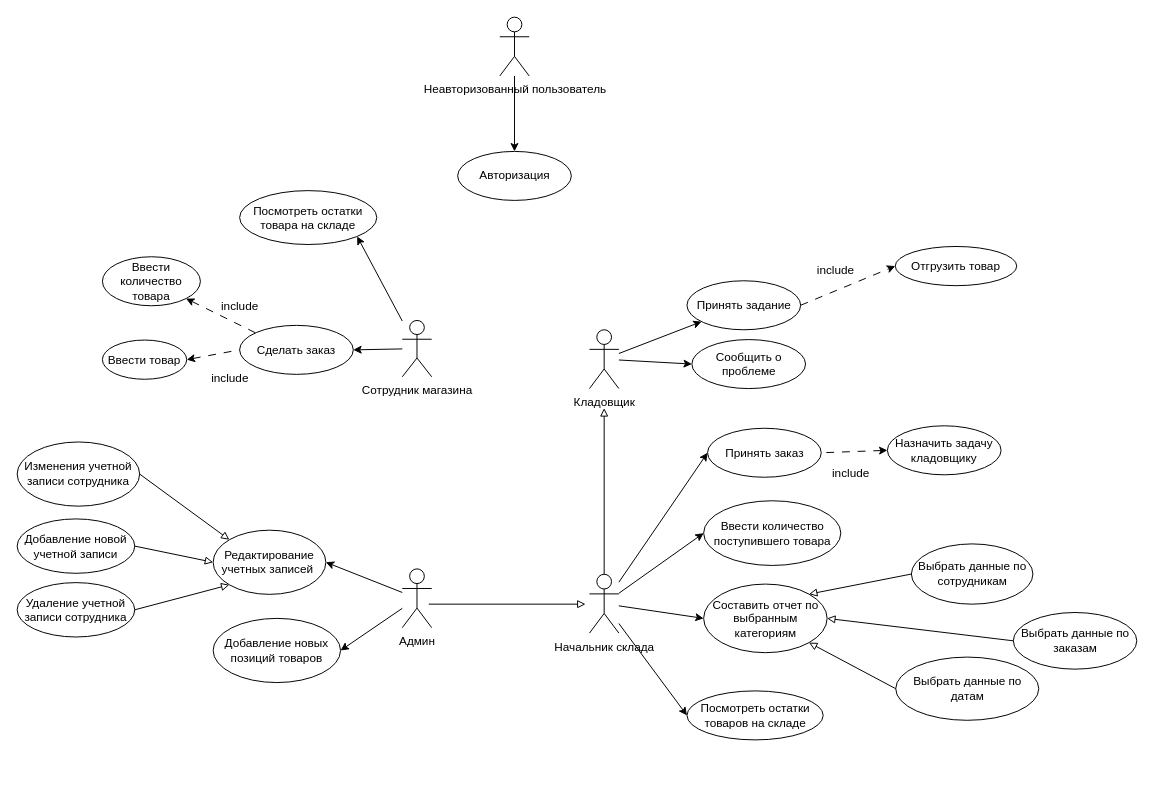
Before: Диаграммы/Диаграмма прецедентов/Usecase.drawio in Sumeruk/TP-4-5, a draw.io diagram. Source tidied: cells renumbered, new cells numbered last; positions are measured from the earlier drawing's top-left corner, leaving out a move shared by most shapes. Both pictures are drawn from the tidied source at 98%, with x=0, y=0 at pixel (17, 17).
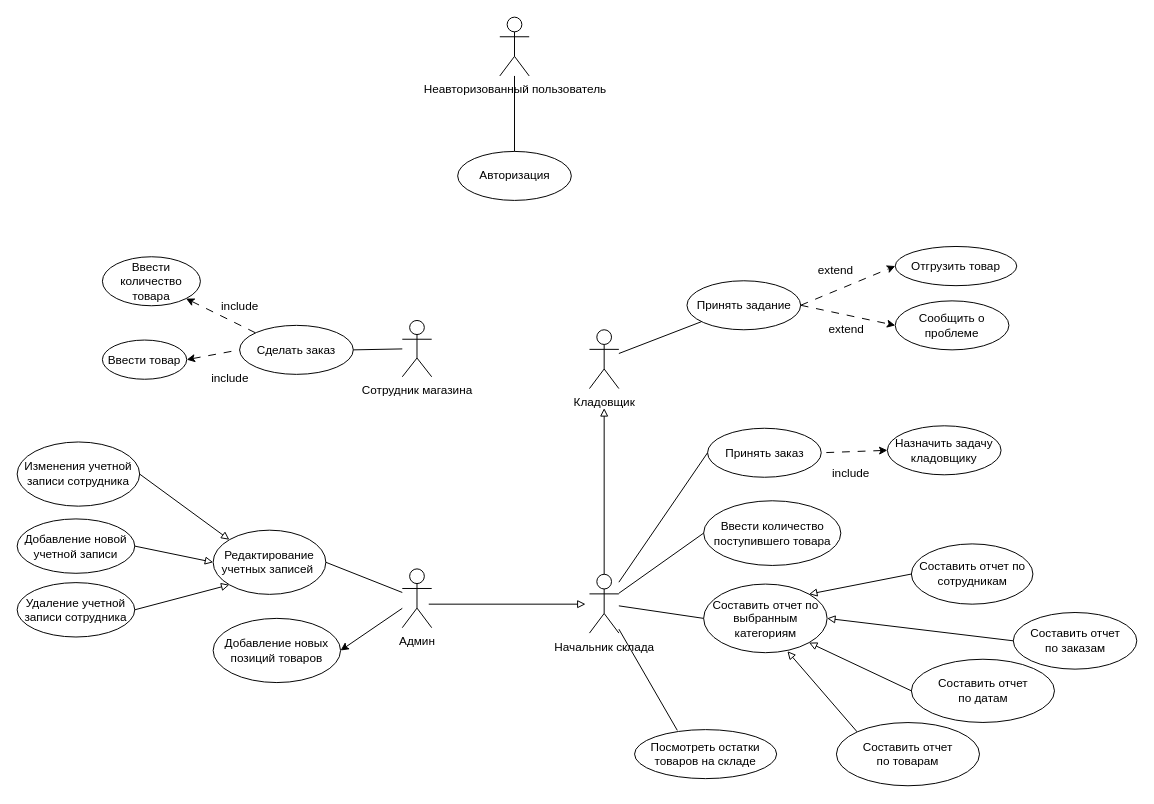
After the change.

Commit message (it also covers changes not shown here):
update use case

update use case for сотрудник магазина, начальник склада, кладовщик

The change refers to these unchanged cells:
```xml
<mxCell id="2" value="Кладовщик" style="shape=umlActor;verticalLabelPosition=bottom;verticalAlign=top;html=1;outlineConnect=0;" parent="1" vertex="1">
  <mxGeometry x="584" y="319" width="30" height="60" as="geometry" />
</mxCell>
<mxCell id="3" value="Авторизация" style="ellipse;whiteSpace=wrap;html=1;" parent="1" vertex="1">
  <mxGeometry x="449.5" y="137" width="116" height="50" as="geometry" />
</mxCell>
<mxCell id="4" value="Ввести количество поступившего товара" style="ellipse;whiteSpace=wrap;html=1;" parent="1" vertex="1">
  <mxGeometry x="700.5" y="493.5" width="140" height="66" as="geometry" />
</mxCell>
<mxCell id="5" value="Принять задание" style="ellipse;whiteSpace=wrap;html=1;" parent="1" vertex="1">
  <mxGeometry x="683.5" y="269" width="116" height="50" as="geometry" />
</mxCell>
<mxCell id="7" value="Начальник склада" style="shape=umlActor;verticalLabelPosition=bottom;verticalAlign=top;html=1;outlineConnect=0;" parent="1" vertex="1">
  <mxGeometry x="584" y="568.5" width="30" height="60" as="geometry" />
</mxCell>
<mxCell id="9" value="Принять заказ" style="ellipse;whiteSpace=wrap;html=1;" parent="1" vertex="1">
  <mxGeometry x="704.5" y="419.5" width="116" height="50" as="geometry" />
</mxCell>
<mxCell id="10" value="Составить отчет по выбранным категориям" style="ellipse;whiteSpace=wrap;html=1;" parent="1" vertex="1">
  <mxGeometry x="700.5" y="578.5" width="126" height="70" as="geometry" />
</mxCell>
<mxCell id="15" value="Админ" style="shape=umlActor;verticalLabelPosition=bottom;verticalAlign=top;html=1;outlineConnect=0;" parent="1" vertex="1">
  <mxGeometry x="393" y="563" width="30" height="60" as="geometry" />
</mxCell>
<mxCell id="20" value="Редактирование учетных записей&amp;nbsp;" style="ellipse;whiteSpace=wrap;html=1;" parent="1" vertex="1">
  <mxGeometry x="200" y="523.5" width="115" height="65.5" as="geometry" />
</mxCell>
<mxCell id="22" value="Сотрудник магазина" style="shape=umlActor;verticalLabelPosition=bottom;verticalAlign=top;html=1;outlineConnect=0;" parent="1" vertex="1">
  <mxGeometry x="393" y="309.5" width="30" height="57.5" as="geometry" />
</mxCell>
<mxCell id="25" value="Сделать заказ" style="ellipse;whiteSpace=wrap;html=1;" parent="1" vertex="1">
  <mxGeometry x="227" y="314.5" width="116" height="50" as="geometry" />
</mxCell>
<mxCell id="33" value="Ввести количество товара" style="ellipse;whiteSpace=wrap;html=1;" parent="1" vertex="1">
  <mxGeometry x="87" y="244.5" width="100" height="50" as="geometry" />
</mxCell>
<mxCell id="43" value="Неавторизованный пользователь" style="shape=umlActor;verticalLabelPosition=bottom;verticalAlign=top;html=1;outlineConnect=0;" parent="1" vertex="1">
  <mxGeometry x="492.5" width="30" height="60" as="geometry" />
</mxCell>
```

Change to the diagram source:
```diff
@@
-    <mxCell id="6" style="endArrow=classic;html=1;rounded=0;endFill=1;" parent="1" edge="1" source="2" target="5">
+    <mxCell id="6" style="endArrow=none;html=1;rounded=0;endFill=0;" parent="1" edge="1" source="2" target="5">
       <mxGeometry relative="1" as="geometry" />
     </mxCell>
@@
-    <mxCell id="8" style="endArrow=block;html=1;rounded=0;endFill=0;exitX=0.5;exitY=0;exitDx=0;exitDy=0;exitPerimeter=0;" parent="1" edge="1" source="7">
-      <mxGeometry relative="1" as="geometry">
-        <mxPoint x="599" y="399" as="targetPoint" />
-      </mxGeometry>
-    </mxCell>
+    <mxCell id="56" style="endArrow=block;html=1;rounded=0;endFill=0;exitX=0.5;exitY=0;exitDx=0;exitDy=0;exitPerimeter=0;" parent="1" edge="1" source="7">
+      <mxGeometry relative="1" as="geometry">
+        <mxPoint x="599" y="399" as="targetPoint" />
+      </mxGeometry>
+    </mxCell>
@@
-    <mxCell id="11" style="endArrow=classic;html=1;rounded=0;entryX=0;entryY=0.5;entryDx=0;entryDy=0;endFill=1;" parent="1" edge="1" source="7" target="10">
+    <mxCell id="11" style="endArrow=none;html=1;rounded=0;entryX=0;entryY=0.5;entryDx=0;entryDy=0;endFill=0;" parent="1" edge="1" source="7" target="10">
       <mxGeometry relative="1" as="geometry" />
     </mxCell>
-    <mxCell id="12" style="endArrow=classic;html=1;rounded=0;entryX=0;entryY=0.5;entryDx=0;entryDy=0;endFill=1;" parent="1" edge="1" source="7" target="9">
+    <mxCell id="12" style="endArrow=none;html=1;rounded=0;entryX=0;entryY=0.5;entryDx=0;entryDy=0;endFill=0;" parent="1" edge="1" source="7" target="9">
       <mxGeometry relative="1" as="geometry" />
     </mxCell>
@@
-    <mxCell id="14" style="edgeStyle=orthogonalEdgeStyle;rounded=0;orthogonalLoop=1;jettySize=auto;html=1;endArrow=block;endFill=0;" parent="1" edge="1">
-      <mxGeometry relative="1" as="geometry">
-        <mxPoint x="420" y="599" as="sourcePoint" />
-        <mxPoint x="580" y="599" as="targetPoint" />
-      </mxGeometry>
-    </mxCell>
+    <mxCell id="57" style="edgeStyle=orthogonalEdgeStyle;rounded=0;orthogonalLoop=1;jettySize=auto;html=1;endArrow=block;endFill=0;" parent="1" edge="1">
+      <mxGeometry relative="1" as="geometry">
+        <mxPoint x="420" y="599" as="sourcePoint" />
+        <mxPoint x="580" y="599" as="targetPoint" />
+      </mxGeometry>
+    </mxCell>
@@
-    <mxCell id="16" value="Выбрать данные по сотрудникам" style="ellipse;whiteSpace=wrap;html=1;" parent="1" vertex="1">
-      <mxGeometry x="912.5" y="537.5" width="124" height="61.5" as="geometry" />
-    </mxCell>
-    <mxCell id="17" style="endArrow=none;html=1;strokeWidth=1;rounded=0;entryX=0;entryY=0.5;entryDx=0;entryDy=0;exitX=1;exitY=0;exitDx=0;exitDy=0;startArrow=block;startFill=0;endFill=0;" parent="1" edge="1" source="10" target="16">
-      <mxGeometry relative="1" as="geometry" />
-    </mxCell>
+    <mxCell id="58" value="Составить отчет по сотрудникам" style="ellipse;whiteSpace=wrap;html=1;" parent="1" vertex="1">
+      <mxGeometry x="912.5" y="537.5" width="124" height="61.5" as="geometry" />
+    </mxCell>
+    <mxCell id="59" style="endArrow=none;html=1;strokeWidth=1;rounded=0;entryX=0;entryY=0.5;entryDx=0;entryDy=0;exitX=1;exitY=0;exitDx=0;exitDy=0;startArrow=block;startFill=0;endFill=0;" parent="1" edge="1" source="10" target="58">
+      <mxGeometry relative="1" as="geometry" />
+    </mxCell>
@@
-    <mxCell id="21" style="endArrow=none;html=1;rounded=0;exitX=1;exitY=0.5;exitDx=0;exitDy=0;endFill=0;startArrow=classic;startFill=1;" parent="1" edge="1" source="20" target="15">
+    <mxCell id="21" style="endArrow=none;html=1;rounded=0;exitX=1;exitY=0.5;exitDx=0;exitDy=0;endFill=0;startArrow=none;startFill=0;" parent="1" edge="1" source="20" target="15">
       <mxGeometry relative="1" as="geometry" />
     </mxCell>
@@
-    <mxCell id="23" value="Посмотреть остатки товара на складе" style="ellipse;whiteSpace=wrap;html=1;" parent="1" vertex="1">
-      <mxGeometry x="227" y="177" width="140" height="55" as="geometry" />
-    </mxCell>
-    <mxCell id="24" style="endArrow=none;html=1;rounded=0;exitX=1;exitY=1;exitDx=0;exitDy=0;endFill=0;startArrow=classic;startFill=1;" parent="1" edge="1" source="23" target="22">
-      <mxGeometry relative="1" as="geometry" />
-    </mxCell>
@@
-    <mxCell id="26" style="endArrow=classic;html=1;rounded=0;entryX=1;entryY=0.5;entryDx=0;entryDy=0;endFill=1;" parent="1" edge="1" source="22" target="25">
+    <mxCell id="26" style="endArrow=none;html=1;rounded=0;entryX=1;entryY=0.5;entryDx=0;entryDy=0;endFill=0;" parent="1" edge="1" source="22" target="25">
       <mxGeometry relative="1" as="geometry" />
     </mxCell>
     <mxCell id="27" value="Сообщить о проблеме" style="ellipse;whiteSpace=wrap;html=1;" parent="1" vertex="1">
-      <mxGeometry x="688.5" y="329" width="116" height="50" as="geometry" />
+      <mxGeometry x="896" y="289.5" width="116" height="50" as="geometry" />
     </mxCell>
-    <mxCell id="28" style="endArrow=classic;html=1;rounded=0;entryX=0;entryY=0.5;entryDx=0;entryDy=0;endFill=1;" parent="1" edge="1" source="2" target="27">
-      <mxGeometry relative="1" as="geometry" />
-    </mxCell>
@@
-    <mxCell id="32" value="include" style="text;html=1;align=center;verticalAlign=middle;strokeColor=none;fillColor=none;" parent="1" vertex="1">
-      <mxGeometry x="197" y="279.5" width="60" height="30" as="geometry" />
-    </mxCell>
+    <mxCell id="60" value="include" style="text;html=1;align=center;verticalAlign=middle;strokeColor=none;fillColor=none;" parent="1" vertex="1">
+      <mxGeometry x="197" y="279.5" width="60" height="30" as="geometry" />
+    </mxCell>
@@
-    <mxCell id="34" value="include" style="text;html=1;align=center;verticalAlign=middle;strokeColor=none;fillColor=none;" parent="1" vertex="1">
-      <mxGeometry x="187" y="354" width="60" height="30" as="geometry" />
-    </mxCell>
+    <mxCell id="61" value="include" style="text;html=1;align=center;verticalAlign=middle;strokeColor=none;fillColor=none;" parent="1" vertex="1">
+      <mxGeometry x="187" y="354" width="60" height="30" as="geometry" />
+    </mxCell>
-    <mxCell id="35" style="endArrow=classic;html=1;rounded=0;entryX=0;entryY=0.5;entryDx=0;entryDy=0;endFill=1;" parent="1" edge="1" source="7" target="4">
+    <mxCell id="35" style="endArrow=none;html=1;rounded=0;entryX=0;entryY=0.5;entryDx=0;entryDy=0;endFill=0;" parent="1" edge="1" source="7" target="4">
       <mxGeometry relative="1" as="geometry" />
     </mxCell>
-    <mxCell id="36" value="&amp;nbsp;" style="text;html=1;align=center;verticalAlign=middle;strokeColor=none;fillColor=none;" parent="1" vertex="1">
-      <mxGeometry x="914" y="274" width="30" height="30" as="geometry" />
-    </mxCell>
+    <mxCell id="62" value="&amp;nbsp;" style="text;html=1;align=center;verticalAlign=middle;strokeColor=none;fillColor=none;" parent="1" vertex="1">
+      <mxGeometry x="914" y="274" width="30" height="30" as="geometry" />
+    </mxCell>
@@
-    <mxCell id="42" style="edgeStyle=orthogonalEdgeStyle;rounded=0;jettySize=auto;html=1;" parent="1" edge="1" source="43" target="3">
+    <mxCell id="42" style="edgeStyle=orthogonalEdgeStyle;rounded=0;jettySize=auto;html=1;endArrow=none;endFill=0;" parent="1" edge="1" source="43" target="3">
       <mxGeometry relative="1" as="geometry" />
     </mxCell>
@@
-    <mxCell id="45" style="endArrow=classic;html=1;rounded=0;entryX=1;entryY=1;entryDx=0;entryDy=0;startArrow=none;startFill=0;endFill=1;dashed=1;dashPattern=8 8;" parent="1" edge="1" target="33">
-      <mxGeometry relative="1" as="geometry">
-        <mxPoint x="243" y="322" as="sourcePoint" />
-      </mxGeometry>
-    </mxCell>
+    <mxCell id="63" style="endArrow=classic;html=1;rounded=0;entryX=1;entryY=1;entryDx=0;entryDy=0;startArrow=none;startFill=0;endFill=1;dashed=1;dashPattern=8 8;" parent="1" edge="1" target="33">
+      <mxGeometry relative="1" as="geometry">
+        <mxPoint x="243" y="322" as="sourcePoint" />
+      </mxGeometry>
+    </mxCell>
@@
-    <mxCell id="49" value="include" style="text;html=1;align=center;verticalAlign=middle;strokeColor=none;fillColor=none;" parent="1" vertex="1">
-      <mxGeometry x="804.5" y="244" width="60" height="30" as="geometry" />
-    </mxCell>
-    <mxCell id="50" value="Выбрать данные по заказам" style="ellipse;whiteSpace=wrap;html=1;" parent="1" vertex="1">
-      <mxGeometry x="1016.5" y="607.5" width="126" height="57.8" as="geometry" />
-    </mxCell>
-    <mxCell id="51" style="endArrow=none;html=1;strokeWidth=1;rounded=0;entryX=0;entryY=0.5;entryDx=0;entryDy=0;exitX=1;exitY=0.5;exitDx=0;exitDy=0;startArrow=block;startFill=0;endFill=0;" parent="1" edge="1" source="10" target="50">
-      <mxGeometry relative="1" as="geometry" />
-    </mxCell>
-    <mxCell id="52" value="Выбрать данные по датам" style="ellipse;whiteSpace=wrap;html=1;" parent="1" vertex="1">
-      <mxGeometry x="896.5" y="653" width="146" height="64.5" as="geometry" />
-    </mxCell>
-    <mxCell id="53" style="endArrow=none;html=1;strokeWidth=1;rounded=0;entryX=0;entryY=0.5;entryDx=0;entryDy=0;exitX=1;exitY=1;exitDx=0;exitDy=0;startArrow=block;startFill=0;endFill=0;" parent="1" edge="1" source="10" target="52">
-      <mxGeometry relative="1" as="geometry" />
-    </mxCell>
+    <mxCell id="64" value="extend" style="text;html=1;align=center;verticalAlign=middle;strokeColor=none;fillColor=none;" parent="1" vertex="1">
+      <mxGeometry x="804.5" y="244" width="60" height="30" as="geometry" />
+    </mxCell>
+    <mxCell id="65" value="Составить отчет по&amp;nbsp;заказам" style="ellipse;whiteSpace=wrap;html=1;" parent="1" vertex="1">
+      <mxGeometry x="1016.5" y="607.5" width="126" height="57.8" as="geometry" />
+    </mxCell>
+    <mxCell id="66" style="endArrow=none;html=1;strokeWidth=1;rounded=0;entryX=0;entryY=0.5;entryDx=0;entryDy=0;exitX=1;exitY=0.5;exitDx=0;exitDy=0;startArrow=block;startFill=0;endFill=0;" parent="1" edge="1" source="10" target="65">
+      <mxGeometry relative="1" as="geometry" />
+    </mxCell>
+    <mxCell id="67" value="Составить отчет по&amp;nbsp;датам" style="ellipse;whiteSpace=wrap;html=1;" parent="1" vertex="1">
+      <mxGeometry x="912.5" y="655.2" width="146" height="64.5" as="geometry" />
+    </mxCell>
+    <mxCell id="68" style="endArrow=none;html=1;strokeWidth=1;rounded=0;entryX=0;entryY=0.5;entryDx=0;entryDy=0;exitX=1;exitY=1;exitDx=0;exitDy=0;startArrow=block;startFill=0;endFill=0;" parent="1" edge="1" source="10" target="67">
+      <mxGeometry relative="1" as="geometry" />
+    </mxCell>
     <mxCell id="54" value="Посмотреть остатки товаров на складе" style="ellipse;whiteSpace=wrap;html=1;" parent="1" vertex="1">
-      <mxGeometry x="683.5" y="687.5" width="139" height="50" as="geometry" />
+      <mxGeometry x="630" y="727" width="145" height="50" as="geometry" />
     </mxCell>
-    <mxCell id="55" style="endArrow=none;html=1;rounded=0;exitX=0;exitY=0.5;exitDx=0;exitDy=0;endFill=0;startArrow=classic;startFill=1;" parent="1" edge="1" source="54" target="7">
+    <mxCell id="55" style="endArrow=none;html=1;rounded=0;exitX=0.301;exitY=0.016;exitDx=0;exitDy=0;endFill=0;startArrow=none;startFill=0;exitPerimeter=0;" parent="1" edge="1" source="54" target="7">
       <mxGeometry relative="1" as="geometry" />
     </mxCell>
+    <mxCell id="69" style="endArrow=classic;dashed=1;html=1;dashPattern=8 8;strokeWidth=1;rounded=0;entryX=0;entryY=0.5;entryDx=0;entryDy=0;exitX=1;exitY=0.5;exitDx=0;exitDy=0;startArrow=none;startFill=0;endFill=1;" parent="1" edge="1" source="5" target="27">
+      <mxGeometry relative="1" as="geometry" />
+    </mxCell>
+    <mxCell id="70" value="extend" style="text;html=1;align=center;verticalAlign=middle;strokeColor=none;fillColor=none;" parent="1" vertex="1">
+      <mxGeometry x="816" y="304" width="60" height="30" as="geometry" />
+    </mxCell>
+    <mxCell id="71" style="endArrow=none;html=1;strokeWidth=1;rounded=0;entryX=0;entryY=0;entryDx=0;entryDy=0;startArrow=block;startFill=0;endFill=0;" parent="1" edge="1" target="72">
+      <mxGeometry relative="1" as="geometry">
+        <mxPoint x="786" y="647" as="sourcePoint" />
+      </mxGeometry>
+    </mxCell>
+    <mxCell id="72" value="Составить отчет по&amp;nbsp;товарам" style="ellipse;whiteSpace=wrap;html=1;" parent="1" vertex="1">
+      <mxGeometry x="836" y="719.8" width="146" height="64.5" as="geometry" />
+    </mxCell>
```
